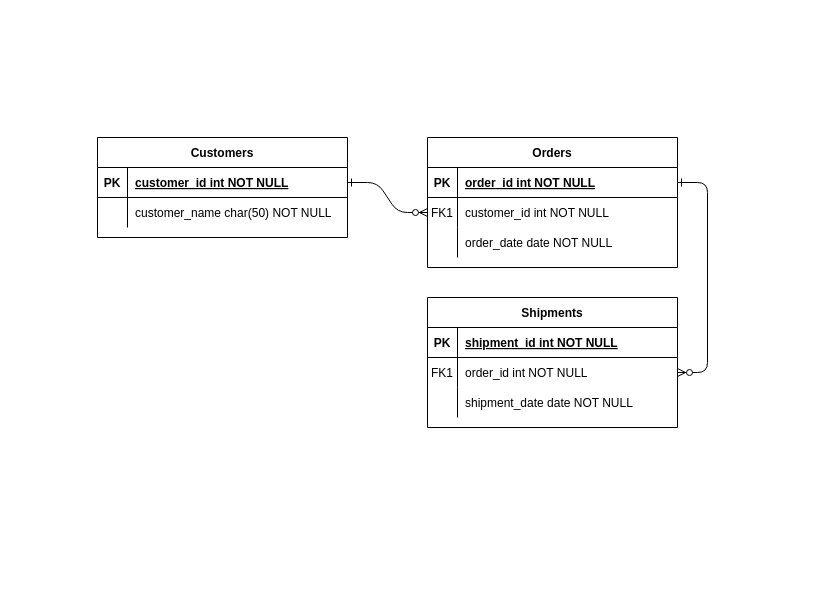
Earlier version of the draw.io diagram modelodados-pl02.drawio (NeanderFontes/ItCenter-DB). Source tidied: cells renumbered, new cells numbered last; positions are measured from the earlier drawing's top-left corner, leaving out a move shared by most shapes. Both pictures are drawn from the tidied source at 100%, with x=0, y=0 at pixel (97, 137).
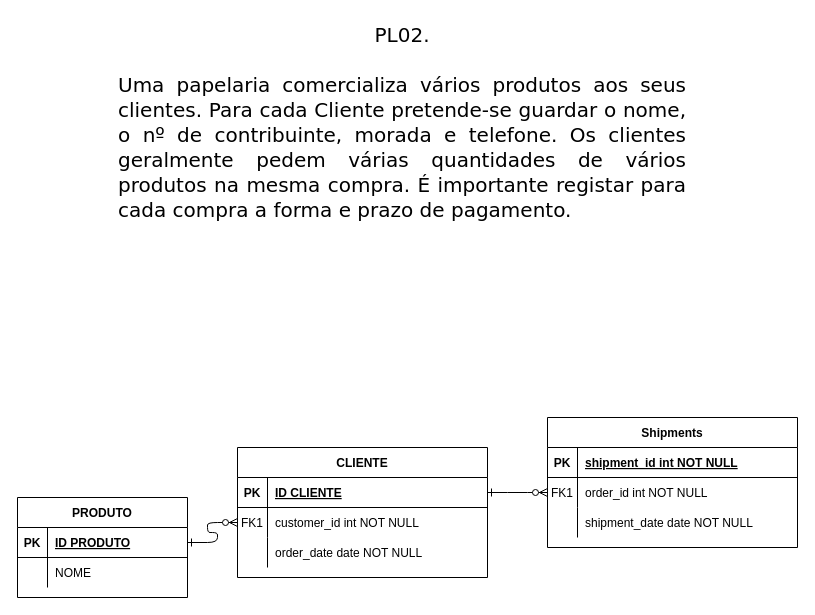
After the change.

The change refers to these unchanged cells:
```xml
<mxCell id="5" style="shape=partialRectangle;fillColor=none;points=[[0,0.5],[1,0.5]];portConstraint=eastwest;top=0;left=0;right=0;bottom=1;" parent="4" vertex="1">
  <mxGeometry y="30" width="250" height="30" as="geometry" />
</mxCell>
```

What changed in the source:
```diff
@@
-    <mxCell id="4" value="Orders" style="shape=table;startSize=30;childLayout=tableLayout;rowLines=0;fontStyle=1;align=center;" parent="1" vertex="1">
-      <mxGeometry x="330" width="250" height="130" as="geometry" />
+    <mxCell id="4" value="CLIENTE" style="shape=table;startSize=30;childLayout=tableLayout;rowLines=0;fontStyle=1;align=center;" parent="1" vertex="1">
+      <mxGeometry x="140" y="310" width="250" height="130" as="geometry" />
     </mxCell>
@@
-    <mxCell id="7" value="order_id int NOT NULL " style="shape=partialRectangle;overflow=hidden;fillColor=none;top=0;left=0;bottom=0;right=0;align=left;spacingLeft=6;fontStyle=5;" parent="5" vertex="1">
+    <mxCell id="7" value="ID CLIENTE" style="shape=partialRectangle;overflow=hidden;fillColor=none;top=0;left=0;bottom=0;right=0;align=left;spacingLeft=6;fontStyle=5;" parent="5" vertex="1">
       <mxGeometry x="30" width="220" height="30" as="geometry" />
     </mxCell>
@@
     <mxCell id="14" value="Shipments" style="shape=table;startSize=30;childLayout=tableLayout;rowLines=0;fontStyle=1;align=center;" parent="1" vertex="1">
-      <mxGeometry x="330" y="160" width="250" height="130" as="geometry" />
+      <mxGeometry x="450" y="280" width="250" height="130" as="geometry" />
     </mxCell>
@@
-    <mxCell id="24" value="Customers" style="shape=table;startSize=30;childLayout=tableLayout;rowLines=0;fontStyle=1;align=center;" parent="1" vertex="1">
-      <mxGeometry width="250" height="100" as="geometry" />
+    <mxCell id="24" value="PRODUTO" style="shape=table;startSize=30;childLayout=tableLayout;rowLines=0;fontStyle=1;align=center;" parent="1" vertex="1">
+      <mxGeometry x="-80" y="360" width="170" height="100" as="geometry" />
     </mxCell>
     <mxCell id="25" style="shape=partialRectangle;fillColor=none;points=[[0,0.5],[1,0.5]];portConstraint=eastwest;top=0;left=0;right=0;bottom=1;" parent="24" vertex="1">
-      <mxGeometry y="30" width="250" height="30" as="geometry" />
+      <mxGeometry y="30" width="170" height="30" as="geometry" />
     </mxCell>
@@
-    <mxCell id="27" value="customer_id int NOT NULL " style="shape=partialRectangle;overflow=hidden;fillColor=none;top=0;left=0;bottom=0;right=0;align=left;spacingLeft=6;fontStyle=5;" parent="25" vertex="1">
-      <mxGeometry x="30" width="220" height="30" as="geometry" />
+    <mxCell id="27" value="ID PRODUTO" style="shape=partialRectangle;overflow=hidden;fillColor=none;top=0;left=0;bottom=0;right=0;align=left;spacingLeft=6;fontStyle=5;" parent="25" vertex="1">
+      <mxGeometry x="30" width="140" height="30" as="geometry" />
     </mxCell>
     <mxCell id="28" style="shape=partialRectangle;fillColor=none;top=0;left=0;right=0;bottom=0;" parent="24" vertex="1">
-      <mxGeometry y="60" width="250" height="30" as="geometry" />
+      <mxGeometry y="60" width="170" height="30" as="geometry" />
     </mxCell>
@@
-    <mxCell id="30" value="customer_name char(50) NOT NULL" style="shape=partialRectangle;overflow=hidden;fillColor=none;top=0;left=0;bottom=0;right=0;align=left;spacingLeft=6;" parent="28" vertex="1">
-      <mxGeometry x="30" width="220" height="30" as="geometry" />
+    <mxCell id="30" value="NOME " style="shape=partialRectangle;overflow=hidden;fillColor=none;top=0;left=0;bottom=0;right=0;align=left;spacingLeft=6;" parent="28" vertex="1">
+      <mxGeometry x="30" width="140" height="30" as="geometry" />
     </mxCell>
+    <mxCell id="31" value="&lt;div style=&quot;&quot;&gt;&lt;span style=&quot;font-family: Verdana; background-color: initial;&quot;&gt;PL02.&lt;/span&gt;&lt;/div&gt;&lt;div style=&quot;text-align: justify;&quot;&gt;&lt;span style=&quot;font-family: Verdana; background-color: initial;&quot;&gt;&lt;br&gt;&lt;/span&gt;&lt;/div&gt;&lt;div style=&quot;text-align: justify;&quot;&gt;&lt;span style=&quot;font-family: Verdana; background-color: initial;&quot;&gt;Uma papelaria comercializa vários produtos aos seus clientes. Para cada Cliente pretende-se guardar o nome, o nº de contribuinte, morada e telefone. Os clientes geralmente pedem várias quantidades de vários produtos na mesma compra. É importante registar para cada compra a forma e prazo de pagamento.&lt;/span&gt;&lt;/div&gt;" style="text;html=1;strokeColor=none;fillColor=none;align=center;verticalAlign=middle;whiteSpace=wrap;rounded=0;fontSize=20;fontFamily=Architects Daughter;" parent="1" vertex="1">
+      <mxGeometry x="20" y="-120" width="570" height="210" as="geometry" />
+    </mxCell>
```
